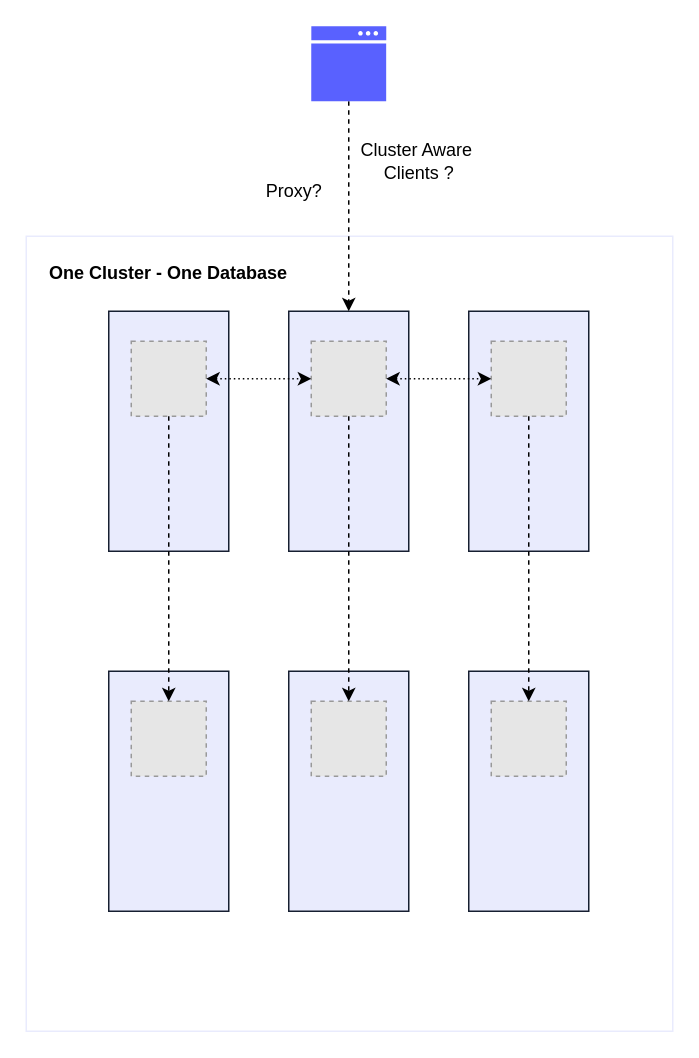
The draw.io diagram page "OSS Cluster" (2 of 2) of Core_Redis.drawio in mar1boroman/architectures, before the edit. Source tidied: cells renumbered, new cells numbered last; positions are measured from the earlier drawing's top-left corner, leaving out a move shared by most shapes. Both pictures are drawn from the tidied source at 150%, with x=0, y=0 at pixel (26, 26). Pictures stored in the file or linked from it are replaced by grey dashed boxes.
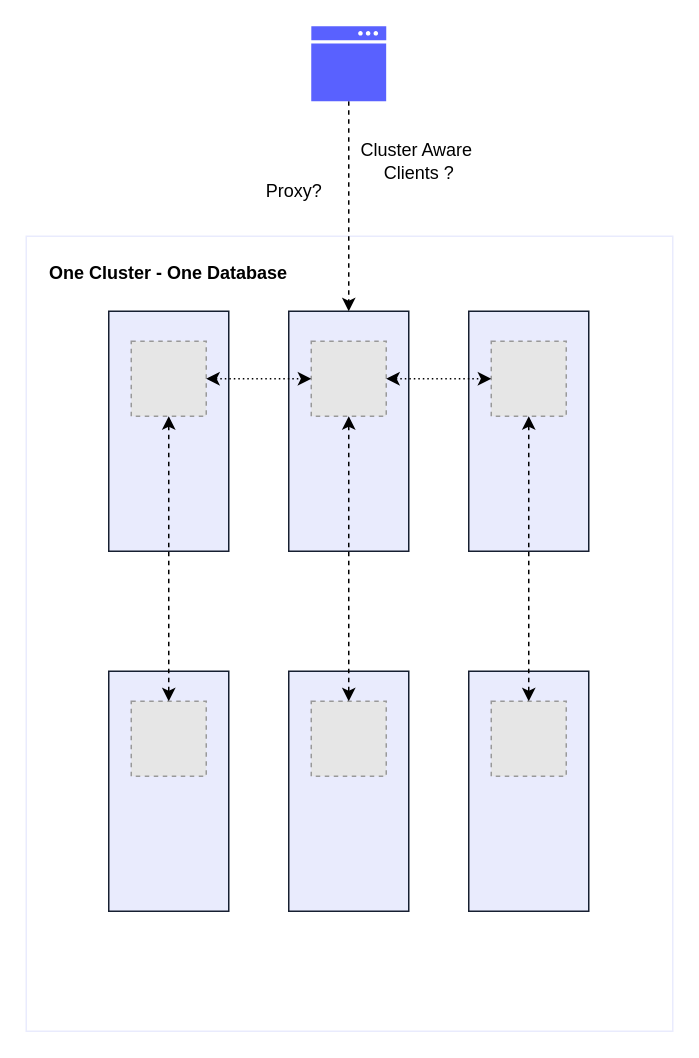
The same page after the edit.

Unchanged cells that the change refers to:
```xml
<mxCell id="2" style="group;" parent="1" vertex="1">
  <mxGeometry width="431" height="670" as="geometry" />
</mxCell>
<mxCell id="5" style="fillColor=#E6E6E6;strokeColor=#999999;dashed=1;verticalLabelPosition=bottom;verticalAlign=top;" parent="2" vertex="1">
  <mxGeometry x="70" y="210" width="50" height="50" as="geometry" />
</mxCell>
<mxCell id="7" style="fillColor=#E6E6E6;strokeColor=#999999;dashed=1;verticalLabelPosition=bottom;verticalAlign=top;" parent="2" vertex="1">
  <mxGeometry x="190" y="210" width="50" height="50" as="geometry" />
</mxCell>
<mxCell id="9" style="fillColor=#E6E6E6;strokeColor=#999999;dashed=1;verticalLabelPosition=bottom;verticalAlign=top;" parent="2" vertex="1">
  <mxGeometry x="310" y="210" width="50" height="50" as="geometry" />
</mxCell>
<mxCell id="11" style="fillColor=#E6E6E6;strokeColor=#999999;dashed=1;verticalLabelPosition=bottom;verticalAlign=top;" parent="2" vertex="1">
  <mxGeometry x="70" y="450" width="50" height="50" as="geometry" />
</mxCell>
<mxCell id="13" style="fillColor=#E6E6E6;strokeColor=#999999;dashed=1;verticalLabelPosition=bottom;verticalAlign=top;" parent="2" vertex="1">
  <mxGeometry x="190" y="450" width="50" height="50" as="geometry" />
</mxCell>
<mxCell id="15" style="fillColor=#E6E6E6;strokeColor=#999999;dashed=1;verticalLabelPosition=bottom;verticalAlign=top;" parent="2" vertex="1">
  <mxGeometry x="310" y="450" width="50" height="50" as="geometry" />
</mxCell>
```

Change to the diagram source:
```diff
@@
-    <mxCell id="16" style="edgeStyle=orthogonalEdgeStyle;rounded=0;jettySize=auto;html=1;exitX=0.5;exitY=1;exitDx=0;exitDy=0;entryX=0.5;entryY=0;entryDx=0;entryDy=0;dashed=1;flowAnimation=1;" parent="2" edge="1" source="5" target="11">
+    <mxCell id="16" style="edgeStyle=orthogonalEdgeStyle;rounded=0;jettySize=auto;html=1;exitX=0.5;exitY=1;exitDx=0;exitDy=0;entryX=0.5;entryY=0;entryDx=0;entryDy=0;dashed=1;flowAnimation=1;startArrow=classic;startFill=1;" parent="2" edge="1" source="5" target="11">
       <mxGeometry relative="1" as="geometry" />
     </mxCell>
-    <mxCell id="17" style="edgeStyle=orthogonalEdgeStyle;rounded=0;jettySize=auto;html=1;exitX=0.5;exitY=1;exitDx=0;exitDy=0;entryX=0.5;entryY=0;entryDx=0;entryDy=0;dashed=1;flowAnimation=1;" parent="2" edge="1" source="7" target="13">
+    <mxCell id="17" style="edgeStyle=orthogonalEdgeStyle;rounded=0;jettySize=auto;html=1;exitX=0.5;exitY=1;exitDx=0;exitDy=0;entryX=0.5;entryY=0;entryDx=0;entryDy=0;dashed=1;flowAnimation=1;startArrow=classic;startFill=1;" parent="2" edge="1" source="7" target="13">
       <mxGeometry relative="1" as="geometry" />
     </mxCell>
-    <mxCell id="18" style="edgeStyle=orthogonalEdgeStyle;rounded=0;jettySize=auto;html=1;exitX=0.5;exitY=1;exitDx=0;exitDy=0;dashed=1;flowAnimation=1;" parent="2" edge="1" source="9" target="15">
+    <mxCell id="18" style="edgeStyle=orthogonalEdgeStyle;rounded=0;jettySize=auto;html=1;exitX=0.5;exitY=1;exitDx=0;exitDy=0;dashed=1;flowAnimation=1;startArrow=classic;startFill=1;" parent="2" edge="1" source="9" target="15">
       <mxGeometry relative="1" as="geometry" />
     </mxCell>
```
